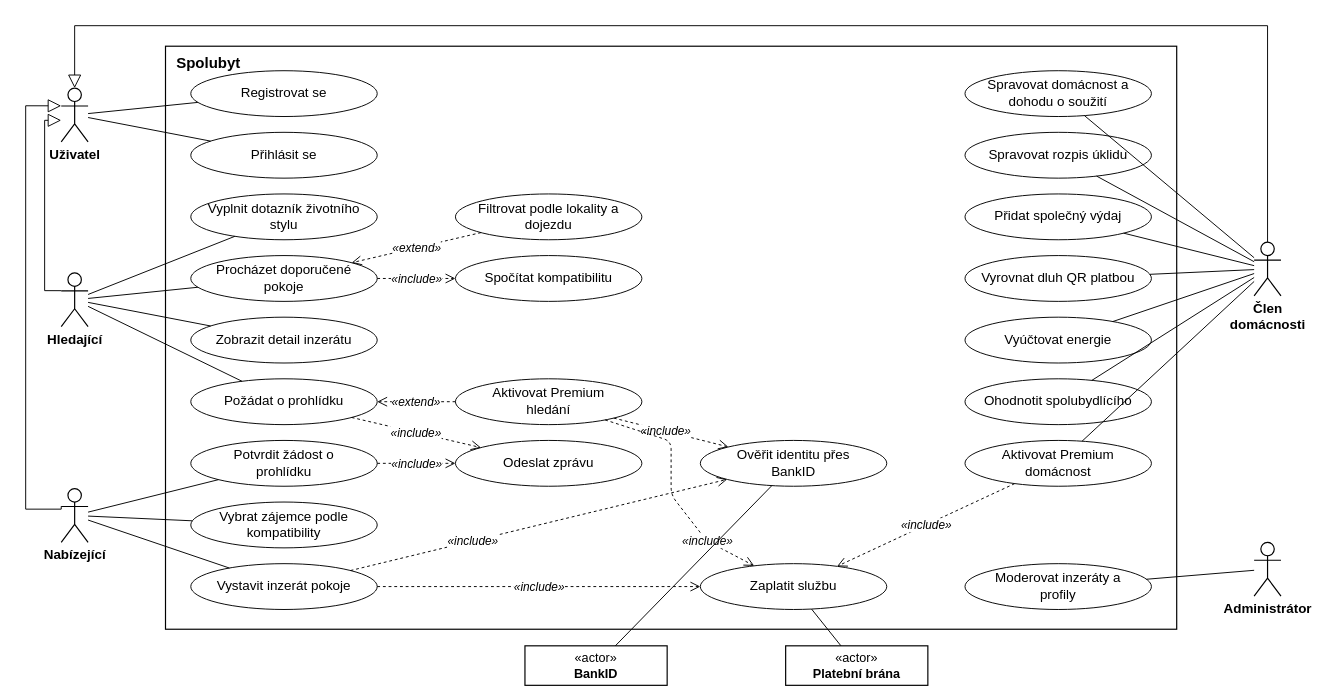
The draw.io diagram spolubyt-use-case.drawio in vedernikovalex/rizeni_it_projektu, before the edit. Source tidied: cells renumbered, new cells numbered last; positions are measured from the earlier drawing's top-left corner, leaving out a move shared by most shapes. Both pictures are drawn from the tidied source at 79%, with x=0, y=0 at pixel (25, 25).
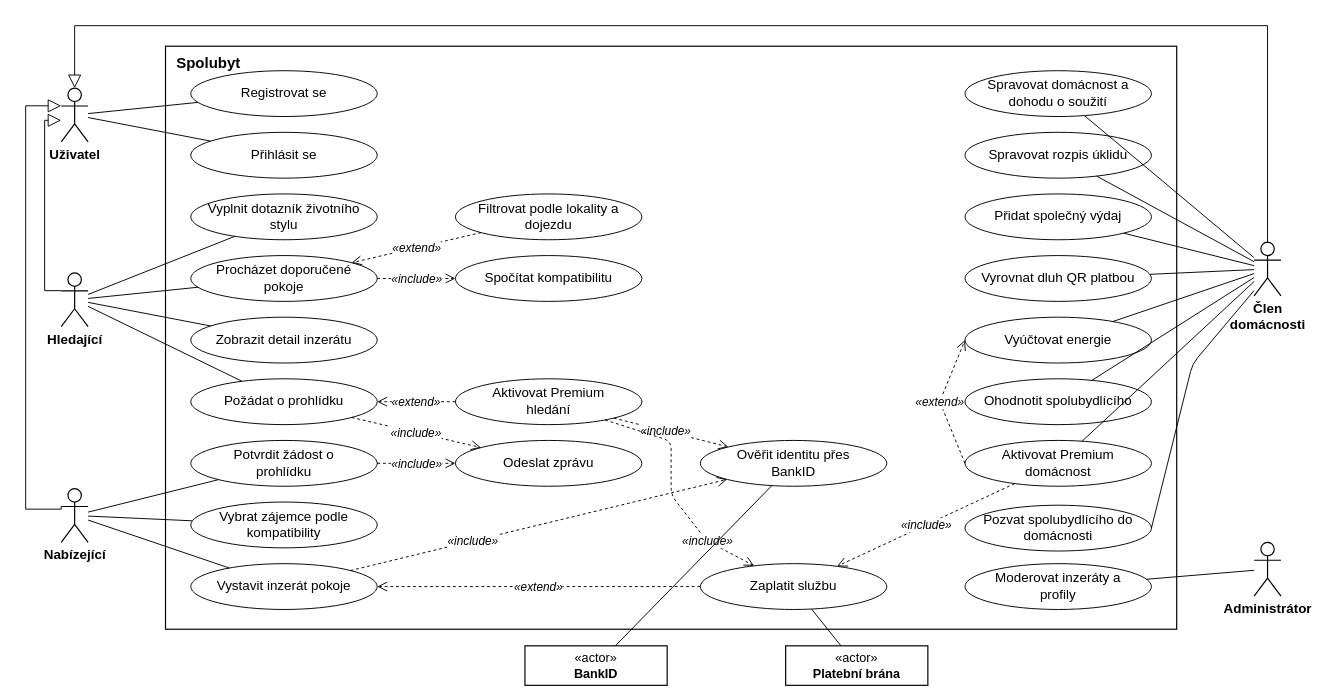
After the change.

Unchanged cells that the change refers to:
```xml
<mxCell id="11" value="Vystavit inzerát pokoje" style="ellipse;whiteSpace=wrap;html=1;fillColor=#FFFFFF;strokeColor=#000000;strokeWidth=1.2;spacingLeft=18;spacingRight=18;fontFamily=Helvetica;fontSize=17;fontColor=#000000;" parent="1" vertex="1">
  <mxGeometry x="209" y="681" width="236" height="58" as="geometry" />
</mxCell>
<mxCell id="17" value="Zaplatit službu" style="ellipse;whiteSpace=wrap;html=1;fillColor=#FFFFFF;strokeColor=#000000;strokeWidth=1.2;spacingLeft=18;spacingRight=18;fontFamily=Helvetica;fontSize=17;fontColor=#000000;" parent="1" vertex="1">
  <mxGeometry x="854" y="681" width="236" height="58" as="geometry" />
</mxCell>
<mxCell id="22" value="Vyúčtovat energie" style="ellipse;whiteSpace=wrap;html=1;fillColor=#FFFFFF;strokeColor=#000000;strokeWidth=1.2;spacingLeft=18;spacingRight=18;fontFamily=Helvetica;fontSize=17;fontColor=#000000;" parent="1" vertex="1">
  <mxGeometry x="1189" y="369" width="236" height="58" as="geometry" />
</mxCell>
<mxCell id="24" value="Aktivovat Premium domácnost" style="ellipse;whiteSpace=wrap;html=1;fillColor=#FFFFFF;strokeColor=#000000;strokeWidth=1.2;spacingLeft=18;spacingRight=18;fontFamily=Helvetica;fontSize=17;fontColor=#000000;" parent="1" vertex="1">
  <mxGeometry x="1189" y="525" width="236" height="58" as="geometry" />
</mxCell>
<mxCell id="29" value="Člen&lt;br&gt;domácnosti" style="shape=umlActor;verticalLabelPosition=bottom;verticalAlign=top;html=1;outlineConnect=0;strokeColor=#000000;fillColor=#FFFFFF;strokeWidth=1.5;fontStyle=1;fontFamily=Helvetica;fontSize=17;fontColor=#000000;" parent="1" vertex="1">
  <mxGeometry x="1555" y="274" width="34" height="68" as="geometry" />
</mxCell>
```

The edit, as a diff of the source:
```diff
@@
-    <mxCell id="58" value="«include»" style="endArrow=open;endFill=0;endSize=10;dashed=1;html=1;strokeColor=#000000;strokeWidth=1.2;labelBackgroundColor=#FFFFFF;fontFamily=Helvetica;fontSize=15;fontStyle=2;fontColor=#000000;" parent="1" edge="1" source="11" target="17">
+    <mxCell id="58" value="«extend»" style="endArrow=open;endFill=0;endSize=10;dashed=1;html=1;strokeColor=#000000;strokeWidth=1.2;labelBackgroundColor=#FFFFFF;fontFamily=Helvetica;fontSize=15;fontStyle=2;fontColor=#000000;" parent="1" edge="1" source="17" target="11">
       <mxGeometry relative="1" as="geometry" />
     </mxCell>
@@
+    <mxCell id="65" value="Pozvat spolubydlícího do domácnosti" style="ellipse;whiteSpace=wrap;html=1;fillColor=#FFFFFF;strokeColor=#000000;strokeWidth=1.2;spacingLeft=18;spacingRight=18;fontFamily=Helvetica;fontSize=17;fontColor=#000000;" parent="1" vertex="1">
+      <mxGeometry x="1189" y="607" width="236" height="58" as="geometry" />
+    </mxCell>
+    <mxCell id="66" style="endArrow=none;html=1;strokeColor=#000000;strokeWidth=1.2;exitX=0;exitY=0.9;exitDx=0;exitDy=0;entryX=1;entryY=0.5;entryDx=0;entryDy=0;" parent="1" edge="1" source="29" target="65">
+      <mxGeometry relative="1" as="geometry">
+        <Array as="points">
+          <mxPoint x="1477" y="428" />
+        </Array>
+      </mxGeometry>
+    </mxCell>
+    <mxCell id="67" value="«extend»" style="endArrow=open;endFill=0;endSize=10;dashed=1;html=1;strokeColor=#000000;strokeWidth=1.2;labelBackgroundColor=#FFFFFF;fontFamily=Helvetica;fontSize=15;fontStyle=2;fontColor=#000000;exitX=0;exitY=0.5;exitDx=0;exitDy=0;entryX=0;entryY=0.5;entryDx=0;entryDy=0;" parent="1" edge="1" source="24" target="22">
+      <mxGeometry relative="1" as="geometry">
+        <Array as="points">
+          <mxPoint x="1157" y="476" />
+        </Array>
+      </mxGeometry>
+    </mxCell>
```
